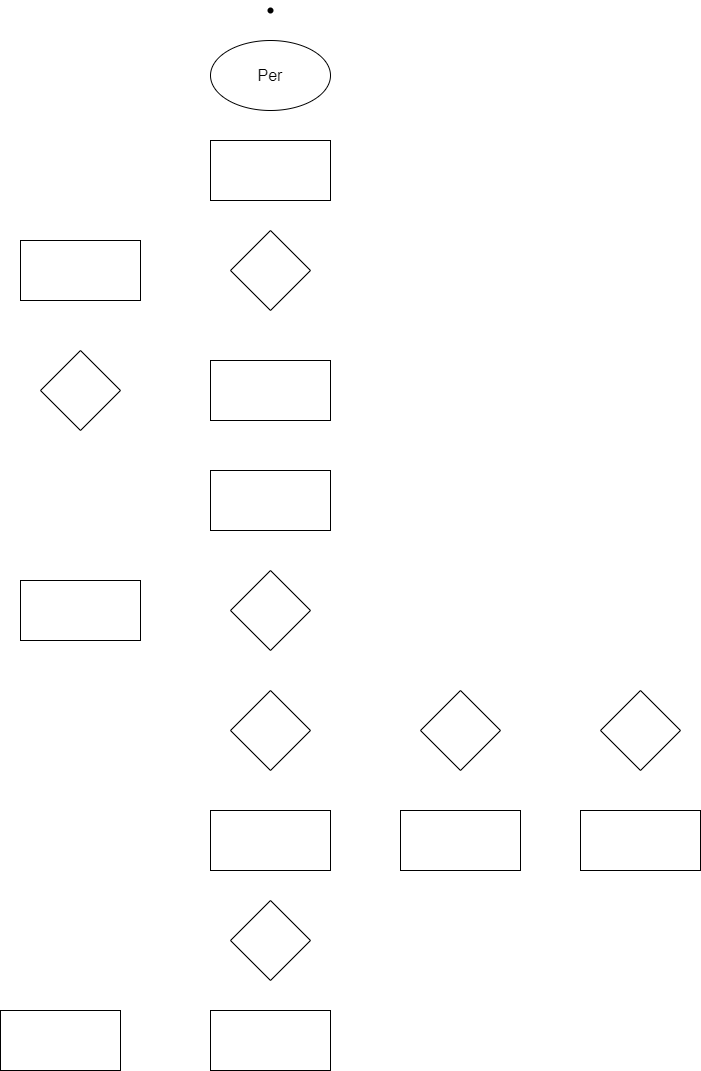
Earlier version of the draw.io export Chương 1.png (datnham0212/learning). Source tidied: cells renumbered, new cells last; positions are measured from the earlier drawing's top-left corner, leaving out a move shared by most shapes. Its diagram source:
```xml
<mxGraphModel>
  <root>
    <mxCell id="0" />
    <mxCell id="1" parent="0" />
    <mxCell id="2" style="shape=waypoint;sketch=0;fillStyle=solid;size=6;fillColor=none;perimeter=centerPerimeter;fontSize=16;" parent="1" vertex="1">
      <mxGeometry x="260" width="20" height="20" as="geometry" />
    </mxCell>
    <mxCell id="3" value="Per" style="ellipse;whiteSpace=wrap;html=1;fontSize=16;" parent="1" vertex="1">
      <mxGeometry x="210" y="40" width="120" height="70" as="geometry" />
    </mxCell>
    <mxCell id="4" style="rounded=0;whiteSpace=wrap;html=1;fontSize=16;" parent="1" vertex="1">
      <mxGeometry x="210" y="140" width="120" height="60" as="geometry" />
    </mxCell>
    <mxCell id="5" style="rhombus;whiteSpace=wrap;html=1;fontSize=16;" parent="1" vertex="1">
      <mxGeometry x="230" y="230" width="80" height="80" as="geometry" />
    </mxCell>
    <mxCell id="6" style="rounded=0;whiteSpace=wrap;html=1;fontSize=16;" parent="1" vertex="1">
      <mxGeometry x="20" y="240" width="120" height="60" as="geometry" />
    </mxCell>
    <mxCell id="7" style="rhombus;whiteSpace=wrap;html=1;fontSize=16;" parent="1" vertex="1">
      <mxGeometry x="40" y="350" width="80" height="80" as="geometry" />
    </mxCell>
    <mxCell id="8" style="rounded=0;whiteSpace=wrap;html=1;fontSize=16;" parent="1" vertex="1">
      <mxGeometry x="210" y="360" width="120" height="60" as="geometry" />
    </mxCell>
    <mxCell id="9" style="rounded=0;whiteSpace=wrap;html=1;fontSize=16;" parent="1" vertex="1">
      <mxGeometry x="210" y="470" width="120" height="60" as="geometry" />
    </mxCell>
    <mxCell id="10" style="rounded=0;whiteSpace=wrap;html=1;fontSize=16;" parent="1" vertex="1">
      <mxGeometry x="20" y="580" width="120" height="60" as="geometry" />
    </mxCell>
    <mxCell id="11" style="rounded=0;whiteSpace=wrap;html=1;fontSize=16;" parent="1" vertex="1">
      <mxGeometry x="210" y="810" width="120" height="60" as="geometry" />
    </mxCell>
    <mxCell id="12" style="rhombus;whiteSpace=wrap;html=1;fontSize=16;" parent="1" vertex="1">
      <mxGeometry x="230" y="570" width="80" height="80" as="geometry" />
    </mxCell>
    <mxCell id="13" style="rhombus;whiteSpace=wrap;html=1;fontSize=16;" parent="1" vertex="1">
      <mxGeometry x="230" y="690" width="80" height="80" as="geometry" />
    </mxCell>
    <mxCell id="14" style="rhombus;whiteSpace=wrap;html=1;fontSize=16;" parent="1" vertex="1">
      <mxGeometry x="420" y="690" width="80" height="80" as="geometry" />
    </mxCell>
    <mxCell id="15" style="rhombus;whiteSpace=wrap;html=1;fontSize=16;" parent="1" vertex="1">
      <mxGeometry x="600" y="690" width="80" height="80" as="geometry" />
    </mxCell>
    <mxCell id="16" style="rounded=0;whiteSpace=wrap;html=1;fontSize=16;" parent="1" vertex="1">
      <mxGeometry x="400" y="810" width="120" height="60" as="geometry" />
    </mxCell>
    <mxCell id="17" style="rounded=0;whiteSpace=wrap;html=1;fontSize=16;" parent="1" vertex="1">
      <mxGeometry x="580" y="810" width="120" height="60" as="geometry" />
    </mxCell>
    <mxCell id="18" style="rhombus;whiteSpace=wrap;html=1;fontSize=16;" parent="1" vertex="1">
      <mxGeometry x="230" y="900" width="80" height="80" as="geometry" />
    </mxCell>
    <mxCell id="19" style="rounded=0;whiteSpace=wrap;html=1;fontSize=16;" parent="1" vertex="1">
      <mxGeometry x="210" y="1010" width="120" height="60" as="geometry" />
    </mxCell>
    <mxCell id="20" style="rounded=0;whiteSpace=wrap;html=1;fontSize=16;" parent="1" vertex="1">
      <mxGeometry y="1010" width="120" height="60" as="geometry" />
    </mxCell>
  </root>
</mxGraphModel>
```
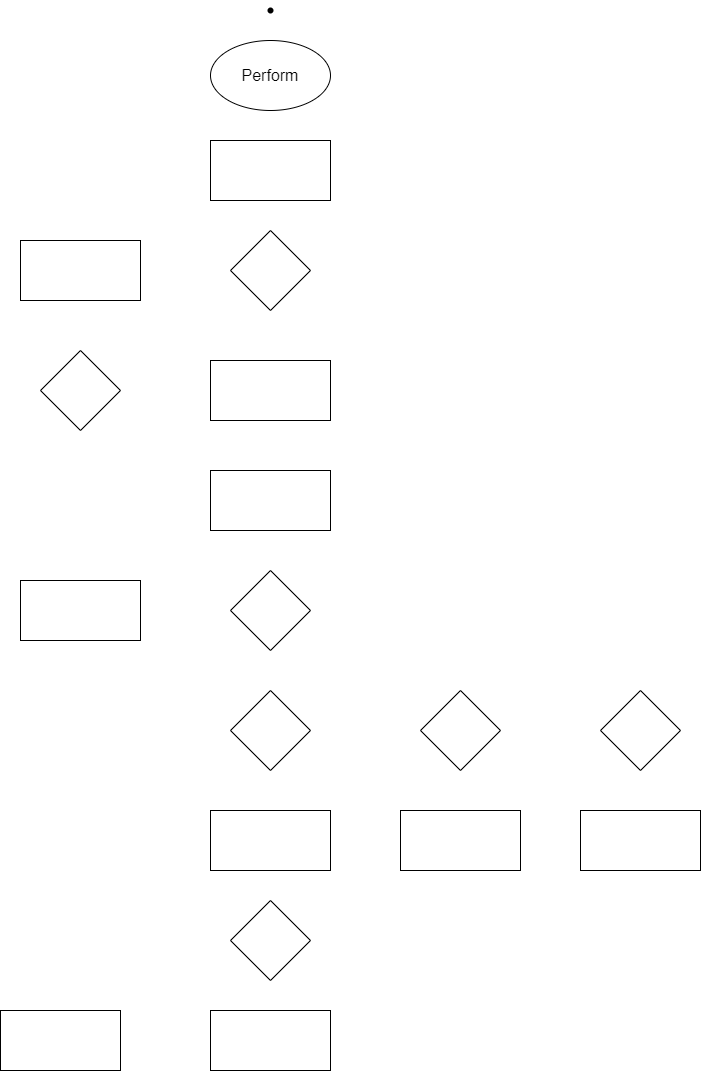
The same diagram one commit later.

Change to the diagram source:
```diff
@@ -5,7 +5,7 @@
     <mxCell id="2" style="shape=waypoint;sketch=0;fillStyle=solid;size=6;fillColor=none;perimeter=centerPerimeter;fontSize=16;" parent="1" vertex="1">
       <mxGeometry x="260" width="20" height="20" as="geometry" />
     </mxCell>
-    <mxCell id="3" value="Per" style="ellipse;whiteSpace=wrap;html=1;fontSize=16;" parent="1" vertex="1">
+    <mxCell id="3" value="Perform" style="ellipse;whiteSpace=wrap;html=1;fontSize=16;" parent="1" vertex="1">
       <mxGeometry x="210" y="40" width="120" height="70" as="geometry" />
     </mxCell>
     <mxCell id="4" style="rounded=0;whiteSpace=wrap;html=1;fontSize=16;" parent="1" vertex="1">
```
